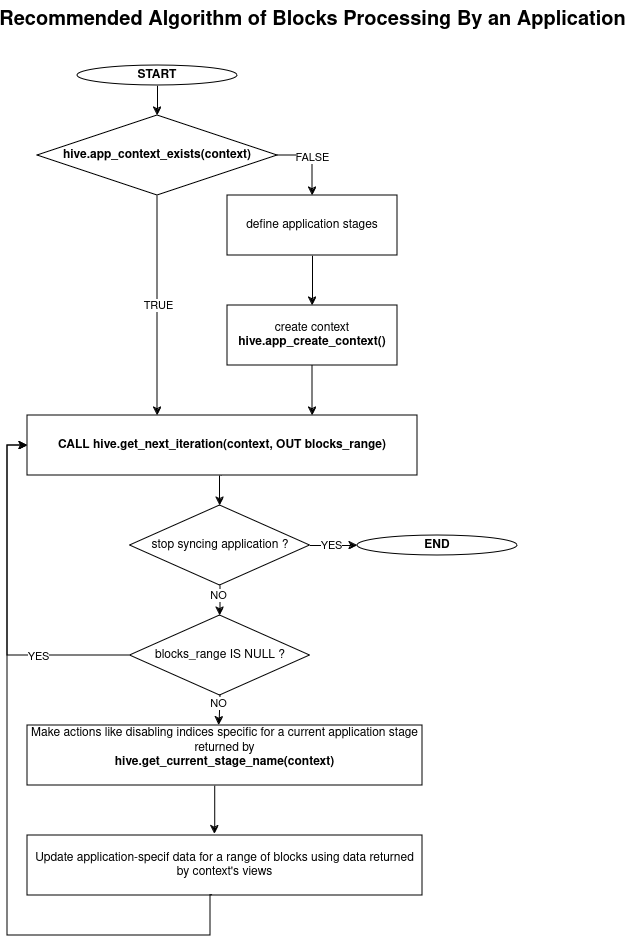
Earlier version of the draw.io export src/hive_fork_manager/doc/evq_new_app_process_block.png (openhive-network/haf). Source tidied: cells renumbered, new cells last; positions are measured from the earlier drawing's top-left corner, leaving out a move shared by most shapes.
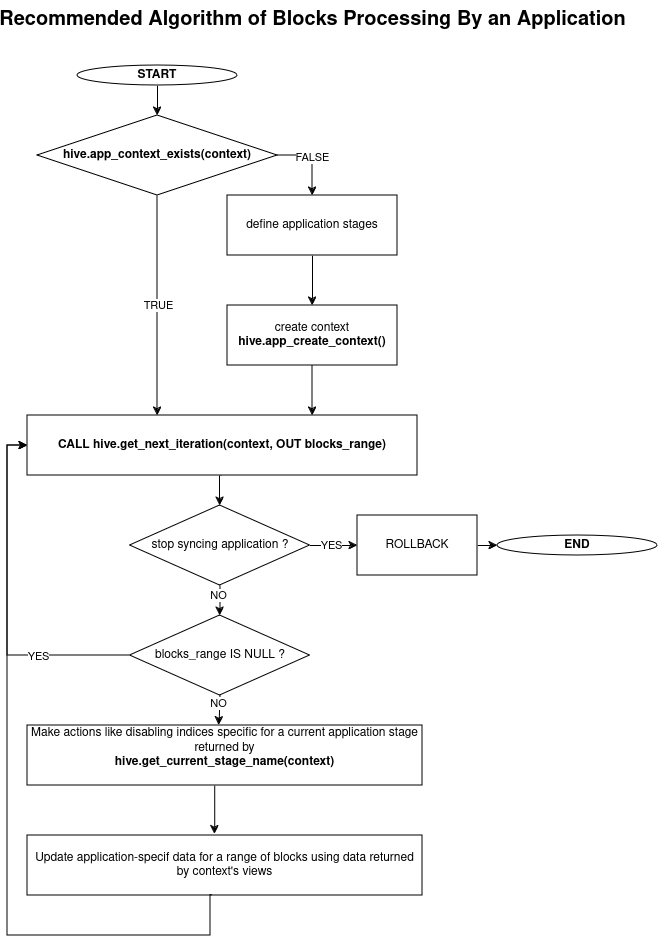
After the commit.

Change to the diagram source:
```diff
@@ -101,7 +101,7 @@
     <mxCell id="26" value="NO" style="edgeLabel;html=1;align=center;verticalAlign=middle;" parent="25" vertex="1">
       <mxGeometry x="-0.36" y="-2" relative="1" as="geometry" />
     </mxCell>
-    <mxCell id="27" style="edgeStyle=orthogonalEdgeStyle;rounded=0;jettySize=auto;html=1;exitX=1;exitY=0.5;exitDx=0;exitDy=0;entryX=0;entryY=0.5;entryDx=0;entryDy=0;" parent="1" edge="1" source="29" target="30">
+    <mxCell id="27" style="edgeStyle=orthogonalEdgeStyle;rounded=0;jettySize=auto;html=1;exitX=1;exitY=0.5;exitDx=0;exitDy=0;entryX=0;entryY=0.5;entryDx=0;entryDy=0;" parent="1" edge="1" source="29" target="32">
       <mxGeometry relative="1" as="geometry" />
     </mxCell>
     <mxCell id="28" value="YES" style="edgeLabel;html=1;align=center;verticalAlign=middle;" parent="27" vertex="1">
@@ -111,7 +111,13 @@
       <mxGeometry x="122.5" y="505" width="180" height="80" as="geometry" />
     </mxCell>
     <mxCell id="30" value="&lt;b&gt;END&lt;/b&gt;" style="ellipse;whiteSpace=wrap;html=1;" parent="1" vertex="1">
-      <mxGeometry x="350" y="535" width="160" height="20" as="geometry" />
+      <mxGeometry x="490" y="535" width="160" height="20" as="geometry" />
     </mxCell>
+    <mxCell id="31" style="edgeStyle=orthogonalEdgeStyle;rounded=0;jettySize=auto;html=1;exitX=1;exitY=0.5;exitDx=0;exitDy=0;entryX=0;entryY=0.5;entryDx=0;entryDy=0;" parent="1" edge="1" source="32" target="30">
+      <mxGeometry relative="1" as="geometry" />
+    </mxCell>
+    <mxCell id="32" value="ROLLBACK" style="rounded=0;whiteSpace=wrap;html=1;" parent="1" vertex="1">
+      <mxGeometry x="350" y="515" width="120" height="60" as="geometry" />
+    </mxCell>
   </root>
 </mxGraphModel>
```
